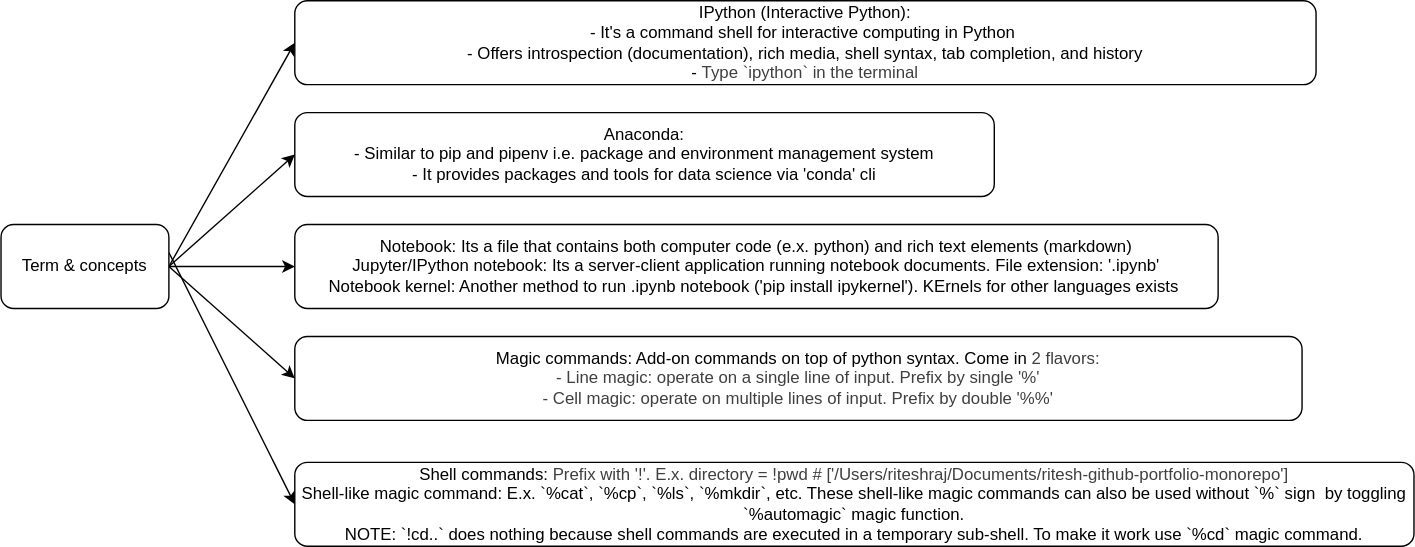
Before: src/content/docs/Python/packages/ipython.drawio.svg, a diagram exported from draw.io (ritesh28/cheats-starlight). Source tidied: cells renumbered, new cells last; positions are measured from the earlier drawing's top-left corner, leaving out a move shared by most shapes.
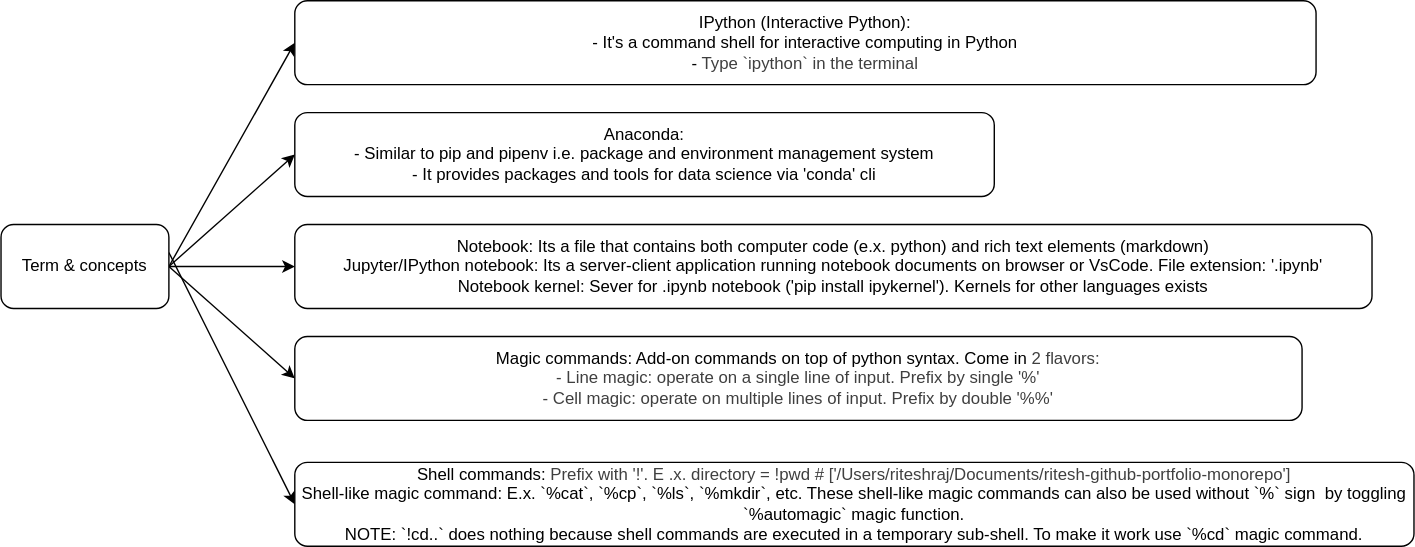
Later version of the same file.

What changed in the source:
```diff
@@ -2,7 +2,7 @@
   <root>
     <mxCell id="0" />
     <mxCell id="1" parent="0" />
-    <mxCell id="2" value="IPython (Interactive Python):&lt;div&gt;- It's a command shell for interactive computing in Python&amp;nbsp;&lt;/div&gt;&lt;div&gt;- Offers introspection (documentation), rich media, shell syntax, tab completion, and history&lt;/div&gt;&lt;div&gt;-&amp;nbsp;&lt;span style=&quot;color: rgb(63, 63, 63); background-color: transparent;&quot;&gt;Type `ipython` in the terminal&lt;/span&gt;&lt;/div&gt;" style="rounded=1;whiteSpace=wrap;html=1;" parent="1" vertex="1">
+    <mxCell id="2" value="IPython (Interactive Python):&lt;div&gt;- It's a command shell for interactive computing in Python&lt;/div&gt;&lt;div&gt;-&amp;nbsp;&lt;span style=&quot;color: rgb(63, 63, 63); background-color: transparent;&quot;&gt;Type `ipython` in the terminal&lt;/span&gt;&lt;/div&gt;" style="rounded=1;whiteSpace=wrap;html=1;" parent="1" vertex="1">
       <mxGeometry x="210" width="730" height="60" as="geometry" />
     </mxCell>
     <mxCell id="3" style="edgeStyle=none;html=1;exitX=1;exitY=0.5;exitDx=0;exitDy=0;entryX=0;entryY=0.5;entryDx=0;entryDy=0;" parent="1" edge="1" source="8" target="2">
@@ -28,8 +28,8 @@
     <mxCell id="9" value="Anaconda:&lt;div&gt;- Similar to pip and pipenv i.e. package and environment management system&lt;/div&gt;&lt;div&gt;- It provides packages and tools for data science via 'conda' cli&lt;/div&gt;" style="rounded=1;whiteSpace=wrap;html=1;" parent="1" vertex="1">
       <mxGeometry x="210" y="80" width="500" height="60" as="geometry" />
     </mxCell>
-    <mxCell id="10" value="Notebook: Its a file that contains both computer code (e.x. python) and rich text elements (markdown)&lt;div&gt;Jupyter/IPython notebook: Its a server-client application running notebook documents. File extension: '.ipynb'&lt;/div&gt;&lt;div&gt;Notebook kernel: Another method to run .ipynb notebook ('pip install ipykernel'). KErnels for other languages exists&amp;nbsp;&lt;/div&gt;" style="rounded=1;whiteSpace=wrap;html=1;" parent="1" vertex="1">
-      <mxGeometry x="210" y="160" width="660" height="60" as="geometry" />
+    <mxCell id="10" value="Notebook: Its a file that contains both computer code (e.x. python) and rich text elements (markdown)&lt;div&gt;Jupyter/IPython notebook: Its a server-client application running notebook documents on browser or VsCode. File extension: '.ipynb'&lt;/div&gt;&lt;div&gt;Notebook kernel: Sever for .ipynb notebook ('pip install ipykernel'). Kernels for other languages exists&amp;nbsp;&lt;/div&gt;" style="rounded=1;whiteSpace=wrap;html=1;" parent="1" vertex="1">
+      <mxGeometry x="210" y="160" width="770" height="60" as="geometry" />
     </mxCell>
     <mxCell id="11" value="Magic commands: Add-on commands on top of python syntax. Come in&amp;nbsp;&lt;span style=&quot;color: rgb(63, 63, 63); background-color: transparent;&quot;&gt;2 flavors:&lt;/span&gt;&lt;div&gt;&lt;span style=&quot;color: rgb(63, 63, 63); background-color: transparent;&quot;&gt;- Line magic: operate on a single line of input. Prefix by single '%'&lt;/span&gt;&lt;/div&gt;&lt;div&gt;&lt;span style=&quot;color: rgb(63, 63, 63); background-color: transparent;&quot;&gt;- Cell magic: operate on multiple lines of input. Prefix by double '%%'&lt;/span&gt;&lt;/div&gt;" style="rounded=1;whiteSpace=wrap;html=1;" parent="1" vertex="1">
       <mxGeometry x="210" y="240" width="720" height="60" as="geometry" />
```
